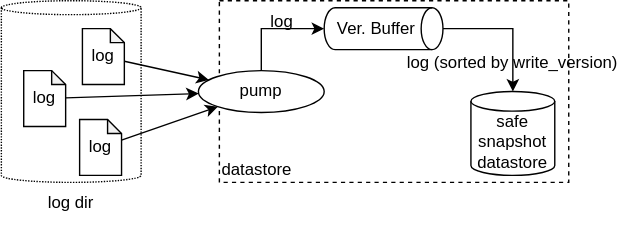
The draw.io diagram docs/sync-process.drawio.svg in project-tsurugi/limestone, before a commit. Source tidied: cells renumbered, new cells last; positions are measured from the earlier drawing's top-left corner, leaving out a move shared by most shapes.
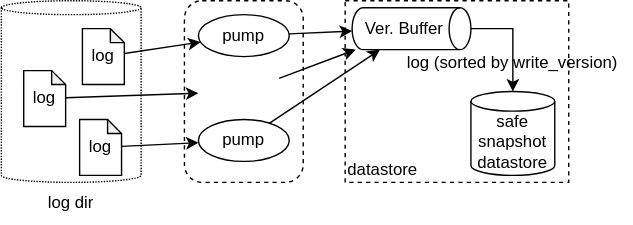
After the change.

Commit message:
docs: update images to show multiple pumps

The edit, as a diff of the source:
```diff
@@ -2,6 +2,9 @@
   <root>
     <mxCell id="0" />
     <mxCell id="1" parent="0" />
+    <mxCell id="18" style="rounded=1;whiteSpace=wrap;html=1;dashed=1;" parent="1" vertex="1">
+      <mxGeometry x="131" width="85" height="130" as="geometry" />
+    </mxCell>
     <mxCell id="2" style="shape=cylinder3;whiteSpace=wrap;html=1;boundedLbl=1;backgroundOutline=1;size=5;dashed=1;strokeWidth=1;dashPattern=1 1;" parent="1" vertex="1">
       <mxGeometry width="100" height="130" as="geometry" />
     </mxCell>
@@ -15,15 +18,17 @@
       <mxGeometry x="56" y="85" width="30" height="40" as="geometry" />
     </mxCell>
     <mxCell id="6" value="datastore" style="rounded=0;whiteSpace=wrap;html=1;strokeWidth=1;dashed=1;verticalAlign=bottom;align=left;" parent="1" vertex="1">
-      <mxGeometry x="156" width="250" height="130" as="geometry" />
+      <mxGeometry x="246" width="160" height="130" as="geometry" />
     </mxCell>
-    <mxCell id="7" style="endArrow=classic;html=1;rounded=0;strokeWidth=1;" parent="1" edge="1" source="3" target="16">
+    <mxCell id="7" style="endArrow=classic;html=1;rounded=0;strokeWidth=1;" parent="1" edge="1" source="3" target="19">
       <mxGeometry relative="1" as="geometry" />
     </mxCell>
-    <mxCell id="8" style="endArrow=classic;html=1;rounded=0;strokeWidth=1;" parent="1" edge="1" source="4" target="16">
-      <mxGeometry relative="1" as="geometry" />
+    <mxCell id="8" style="endArrow=classic;html=1;rounded=0;strokeWidth=1;" parent="1" edge="1" source="4">
+      <mxGeometry relative="1" as="geometry">
+        <mxPoint x="141.1" y="66.1" as="targetPoint" />
+      </mxGeometry>
     </mxCell>
-    <mxCell id="9" style="endArrow=classic;html=1;rounded=0;strokeWidth=1;" parent="1" edge="1" source="5" target="16">
+    <mxCell id="9" style="endArrow=classic;html=1;rounded=0;strokeWidth=1;" parent="1" edge="1" source="5" target="20">
       <mxGeometry relative="1" as="geometry" />
     </mxCell>
     <mxCell id="10" value="safe&lt;br&gt;snapshot&lt;br&gt;datastore" style="shape=cylinder3;whiteSpace=wrap;html=1;boundedLbl=1;backgroundOutline=1;size=7;strokeWidth=1;" parent="1" vertex="1">
@@ -32,9 +37,6 @@
     <mxCell id="11" value="log (sorted by write_version)" style="text;html=1;strokeColor=none;fillColor=none;align=center;verticalAlign=middle;whiteSpace=wrap;rounded=0;" parent="1" vertex="1">
       <mxGeometry x="281" y="32.5" width="170" height="25" as="geometry" />
     </mxCell>
-    <mxCell id="12" value="log" style="text;html=1;strokeColor=none;fillColor=none;align=center;verticalAlign=middle;whiteSpace=wrap;rounded=0;" parent="1" vertex="1">
-      <mxGeometry x="171" width="60" height="30" as="geometry" />
-    </mxCell>
     <mxCell id="13" style="edgeStyle=orthogonalEdgeStyle;rounded=0;jettySize=auto;html=1;" parent="1" edge="1" source="14" target="10">
       <mxGeometry relative="1" as="geometry">
         <Array as="points">
@@ -43,20 +45,27 @@
       </mxGeometry>
     </mxCell>
     <mxCell id="14" value="Ver. Buffer&amp;nbsp; &amp;nbsp;" style="strokeWidth=1;html=1;shape=mxgraph.flowchart.direct_data;whiteSpace=wrap;align=center;" parent="1" vertex="1">
-      <mxGeometry x="231" y="5" width="85" height="30" as="geometry" />
+      <mxGeometry x="251" y="5" width="85" height="30" as="geometry" />
     </mxCell>
-    <mxCell id="15" style="edgeStyle=orthogonalEdgeStyle;rounded=0;jettySize=auto;html=1;" parent="1" edge="1" source="16" target="14">
-      <mxGeometry relative="1" as="geometry">
-        <Array as="points">
-          <mxPoint x="186" y="20" />
-        </Array>
-      </mxGeometry>
-    </mxCell>
-    <mxCell id="16" value="pump" style="ellipse;whiteSpace=wrap;html=1;strokeWidth=1;" parent="1" vertex="1">
-      <mxGeometry x="141" y="50" width="90" height="30" as="geometry" />
-    </mxCell>
     <mxCell id="17" value="log dir" style="text;html=1;strokeColor=none;fillColor=none;align=center;verticalAlign=middle;whiteSpace=wrap;rounded=0;strokeWidth=1;" parent="1" vertex="1">
       <mxGeometry x="20" y="130" width="60" height="30" as="geometry" />
     </mxCell>
+    <mxCell id="19" value="pump" style="ellipse;whiteSpace=wrap;html=1;" parent="1" vertex="1">
+      <mxGeometry x="141" y="10" width="65" height="30" as="geometry" />
+    </mxCell>
+    <mxCell id="20" value="pump" style="ellipse;whiteSpace=wrap;html=1;" parent="1" vertex="1">
+      <mxGeometry x="141" y="85" width="65" height="30" as="geometry" />
+    </mxCell>
+    <mxCell id="21" style="endArrow=classic;html=1;rounded=0;strokeWidth=1;" parent="1" edge="1" source="20" target="14">
+      <mxGeometry relative="1" as="geometry" />
+    </mxCell>
+    <mxCell id="22" style="endArrow=classic;html=1;rounded=0;strokeWidth=1;" parent="1" edge="1" source="19" target="14">
+      <mxGeometry relative="1" as="geometry" />
+    </mxCell>
+    <mxCell id="23" style="endArrow=classic;html=1;rounded=0;strokeWidth=1;" parent="1" edge="1" target="14">
+      <mxGeometry relative="1" as="geometry">
+        <mxPoint x="198.7" y="55.5" as="sourcePoint" />
+      </mxGeometry>
+    </mxCell>
   </root>
 </mxGraphModel>
```
